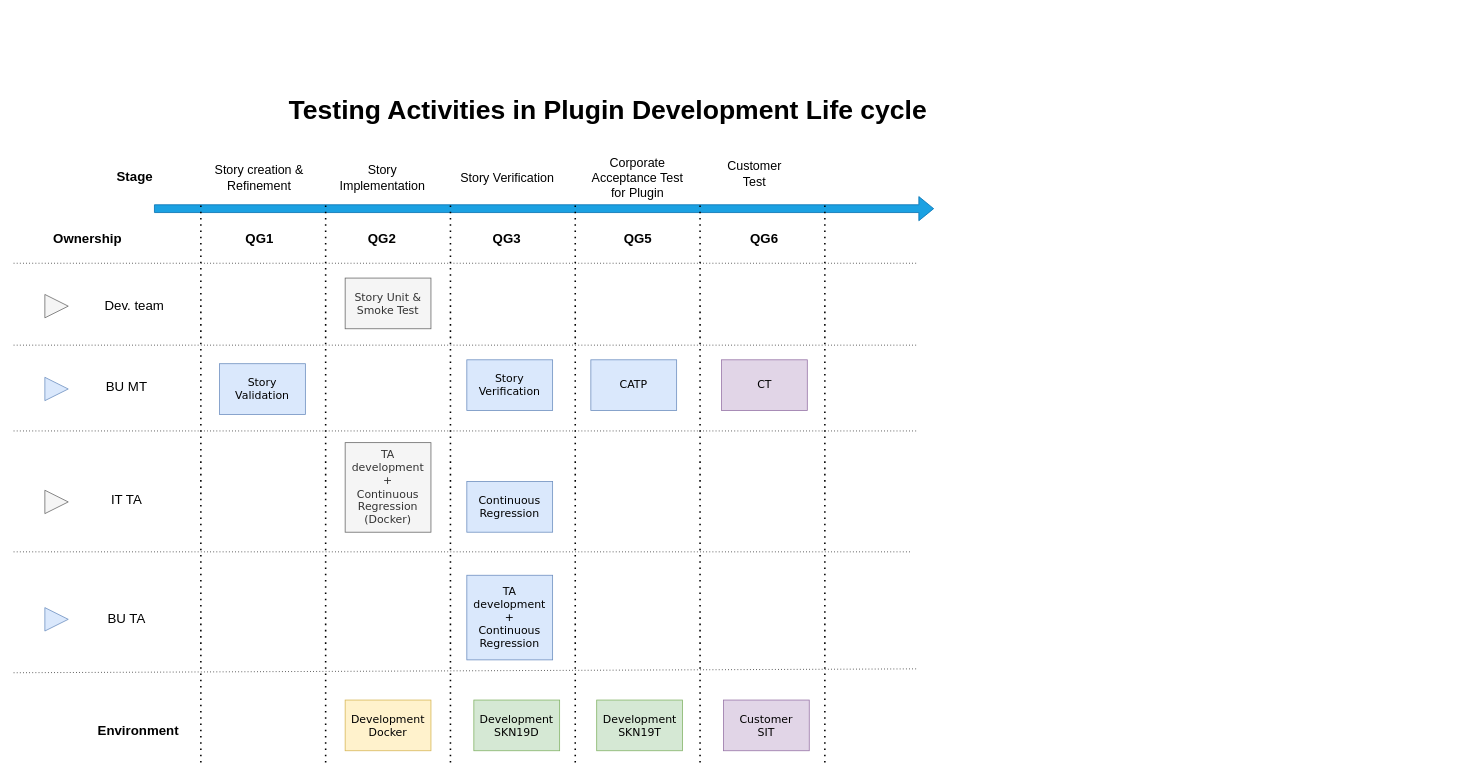
Above: Plugin Testing.drawio in AndriiRatushnyi/Andrii.Ratushnyi (draw.io), before the change. Source tidied: cells renumbered, new cells numbered last; positions are measured from the earlier drawing's top-left corner, leaving out a move shared by most shapes. Both pictures are drawn from the tidied source at 78%, with x=0, y=0 at pixel (13, 83).
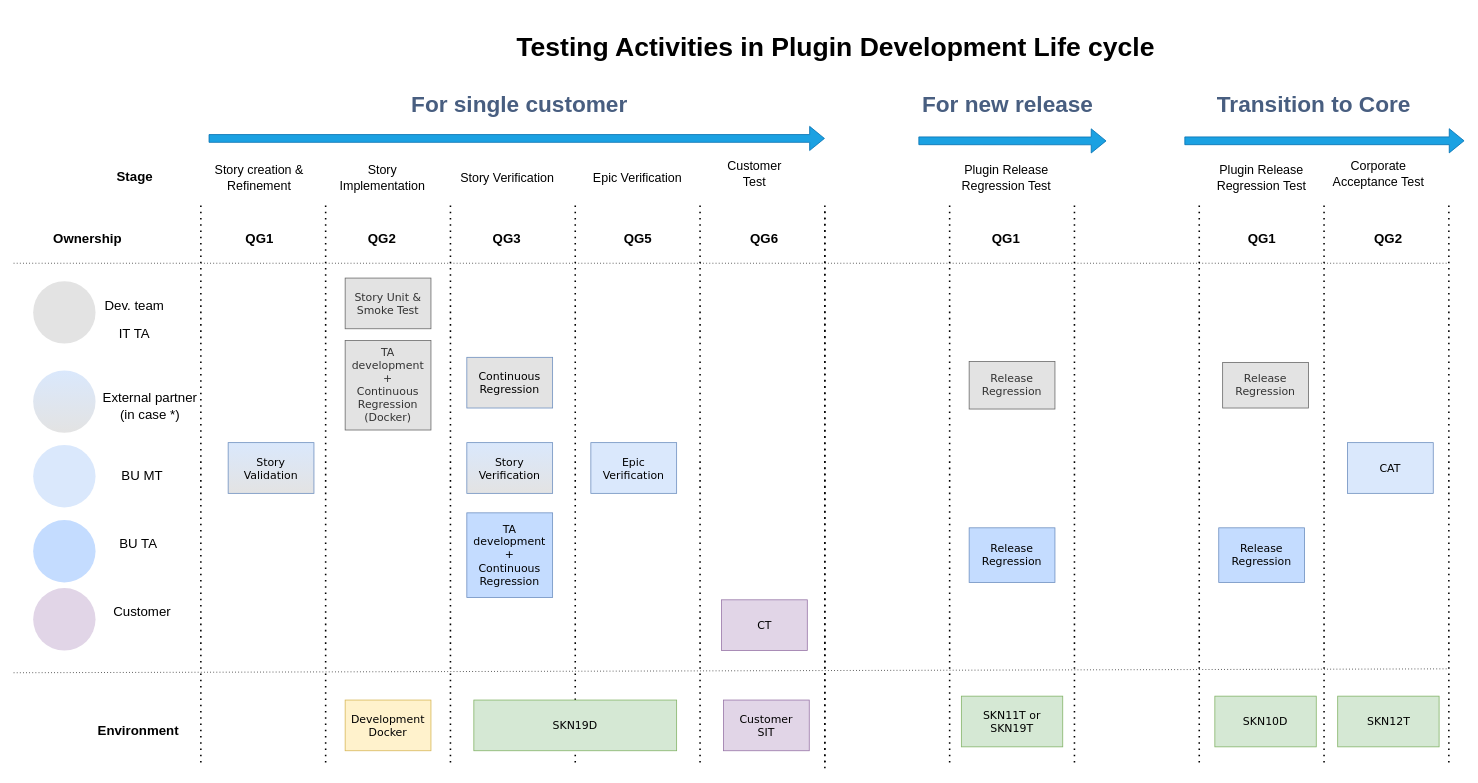
The same diagram, later.

Diff of the diagram source:
```diff
@@
     <mxCell id="2" style="shape=flexArrow;endArrow=classic;html=1;fillColor=#1ba1e2;strokeColor=#006EAF;" parent="1" edge="1">
       <mxGeometry relative="1" as="geometry">
-        <mxPoint x="180" y="160" as="sourcePoint" />
-        <mxPoint x="1180" y="160" as="targetPoint" />
+        <mxPoint x="250" y="70" as="sourcePoint" />
+        <mxPoint x="1040" y="70" as="targetPoint" />
       </mxGeometry>
     </mxCell>
@@
-    <mxCell id="9" value="Story Validation" style="rounded=0;whiteSpace=wrap;html=1;fontSize=14;fontFamily=Verdana;fillColor=#dae8fc;strokeColor=#6c8ebf;" parent="1" vertex="1">
-      <mxGeometry x="264" y="358.8" width="110" height="65" as="geometry" />
+    <mxCell id="9" value="Story Validation" style="rounded=0;whiteSpace=wrap;html=1;fontSize=14;fontFamily=Verdana;fillColor=#dae8fc;strokeColor=#6c8ebf;gradientColor=#E3E3E3;" parent="1" vertex="1">
+      <mxGeometry x="275" y="460" width="110" height="65" as="geometry" />
     </mxCell>
@@
-    <mxCell id="11" style="triangle;whiteSpace=wrap;html=1;fontSize=17;fillColor=#dae8fc;strokeColor=#6c8ebf;" parent="1" vertex="1">
-      <mxGeometry x="40" y="376.2" width="30" height="30" as="geometry" />
-    </mxCell>
-    <mxCell id="12" style="triangle;whiteSpace=wrap;html=1;fontSize=17;fillColor=#f5f5f5;strokeColor=#666666;fontColor=#333333;" parent="1" vertex="1">
-      <mxGeometry x="40" y="521" width="30" height="30" as="geometry" />
-    </mxCell>
-    <mxCell id="13" style="triangle;whiteSpace=wrap;html=1;fontSize=17;fillColor=#f5f5f5;strokeColor=#666666;fontColor=#333333;" parent="1" vertex="1">
-      <mxGeometry x="40" y="270" width="30" height="30" as="geometry" />
-    </mxCell>
     <mxCell id="14" value="IT TA" style="text;html=1;strokeColor=none;fillColor=none;align=center;verticalAlign=middle;whiteSpace=wrap;rounded=0;fontSize=17;" parent="1" vertex="1">
-      <mxGeometry x="90" y="521" width="110" height="25" as="geometry" />
+      <mxGeometry x="100" y="308" width="110" height="25" as="geometry" />
     </mxCell>
@@
     <mxCell id="16" value="BU MT" style="text;html=1;strokeColor=none;fillColor=none;align=center;verticalAlign=middle;whiteSpace=wrap;rounded=0;fontSize=17;" parent="1" vertex="1">
-      <mxGeometry x="90" y="376.2" width="110" height="25" as="geometry" />
+      <mxGeometry x="110" y="490.5" width="110" height="25" as="geometry" />
     </mxCell>
-    <mxCell id="17" value="Story Unit &amp;amp; Smoke Test" style="rounded=0;whiteSpace=wrap;html=1;fontFamily=Verdana;fontSize=14;fillColor=#f5f5f5;strokeColor=#666666;fontColor=#333333;" parent="1" vertex="1">
+    <mxCell id="17" value="Story Unit &amp;amp; Smoke Test" style="rounded=0;whiteSpace=wrap;html=1;fontFamily=Verdana;fontSize=14;strokeColor=#666666;fontColor=#333333;fillColor=#E3E3E3;" parent="1" vertex="1">
       <mxGeometry x="425" y="249" width="110" height="65" as="geometry" />
     </mxCell>
-    <mxCell id="18" value="Story Verification" style="rounded=0;whiteSpace=wrap;html=1;fontSize=14;fontFamily=Verdana;fillColor=#dae8fc;strokeColor=#6c8ebf;" parent="1" vertex="1">
-      <mxGeometry x="581" y="353.8" width="110" height="65" as="geometry" />
+    <mxCell id="18" value="Story Verification" style="rounded=0;whiteSpace=wrap;html=1;fontSize=14;fontFamily=Verdana;fillColor=#dae8fc;strokeColor=#6c8ebf;gradientDirection=south;gradientColor=#E3E3E3;" parent="1" vertex="1">
+      <mxGeometry x="581" y="460" width="110" height="65" as="geometry" />
     </mxCell>
-    <mxCell id="19" value="TA&lt;br&gt;&lt;div&gt;development&lt;/div&gt;&lt;div&gt;+&lt;br&gt;&lt;/div&gt;&lt;div&gt;Continuous Regression (Docker)&lt;/div&gt;" style="rounded=0;whiteSpace=wrap;html=1;fontSize=14;fontFamily=Verdana;fillColor=#f5f5f5;strokeColor=#666666;fontColor=#333333;" parent="1" vertex="1">
-      <mxGeometry x="425" y="460" width="110" height="114.8" as="geometry" />
+    <mxCell id="19" value="TA&lt;br&gt;&lt;div&gt;development&lt;/div&gt;&lt;div&gt;+&lt;br&gt;&lt;/div&gt;&lt;div&gt;Continuous Regression (Docker)&lt;/div&gt;" style="rounded=0;whiteSpace=wrap;html=1;fontSize=14;fontFamily=Verdana;strokeColor=#666666;fontColor=#333333;fillColor=#E3E3E3;" parent="1" vertex="1">
+      <mxGeometry x="425" y="329" width="110" height="114.8" as="geometry" />
     </mxCell>
-    <mxCell id="20" value="Continuous Regression" style="rounded=0;whiteSpace=wrap;html=1;fontSize=14;fontFamily=Verdana;fillColor=#dae8fc;strokeColor=#6c8ebf;" parent="1" vertex="1">
-      <mxGeometry x="581" y="509.8" width="110" height="65" as="geometry" />
+    <mxCell id="20" value="Continuous Regression" style="rounded=0;whiteSpace=wrap;html=1;fontSize=14;fontFamily=Verdana;strokeColor=#6c8ebf;fillColor=#E3E3E3;" parent="1" vertex="1">
+      <mxGeometry x="581" y="350.6" width="110" height="65" as="geometry" />
     </mxCell>
-    <mxCell id="21" style="triangle;whiteSpace=wrap;html=1;fontSize=17;fillColor=#dae8fc;strokeColor=#6c8ebf;" parent="1" vertex="1">
-      <mxGeometry x="40" y="671.5" width="30" height="30" as="geometry" />
-    </mxCell>
     <mxCell id="22" value="BU TA" style="text;html=1;strokeColor=none;fillColor=none;align=center;verticalAlign=middle;whiteSpace=wrap;rounded=0;fontSize=17;" parent="1" vertex="1">
-      <mxGeometry x="90" y="674" width="110" height="25" as="geometry" />
+      <mxGeometry x="105" y="577.5" width="110" height="25" as="geometry" />
     </mxCell>
@@
-    <mxCell id="26" style="endArrow=none;dashed=1;html=1;dashPattern=1 3;strokeWidth=1;fontSize=17;" parent="1" edge="1">
-      <mxGeometry relative="1" as="geometry">
-        <mxPoint y="335" as="sourcePoint" />
-        <mxPoint x="1160" y="335" as="targetPoint" />
-      </mxGeometry>
-    </mxCell>
-    <mxCell id="27" style="endArrow=none;dashed=1;html=1;dashPattern=1 3;strokeWidth=1;fontSize=17;" parent="1" edge="1">
-      <mxGeometry relative="1" as="geometry">
-        <mxPoint y="445" as="sourcePoint" />
-        <mxPoint x="1160" y="445" as="targetPoint" />
-      </mxGeometry>
-    </mxCell>
-    <mxCell id="28" style="endArrow=none;dashed=1;html=1;dashPattern=1 3;strokeWidth=1;fontSize=17;" parent="1" edge="1">
-      <mxGeometry relative="1" as="geometry">
-        <mxPoint y="600" as="sourcePoint" />
-        <mxPoint x="1150" y="600" as="targetPoint" />
-      </mxGeometry>
-    </mxCell>
     <mxCell id="29" style="endArrow=none;dashed=1;html=1;dashPattern=1 3;strokeWidth=1;fontSize=17;" parent="1" edge="1">
       <mxGeometry relative="1" as="geometry">
         <mxPoint y="755" as="sourcePoint" />
-        <mxPoint x="1160" y="750" as="targetPoint" />
+        <mxPoint x="1840" y="750" as="targetPoint" />
       </mxGeometry>
     </mxCell>
     <mxCell id="30" value="&lt;h1&gt;Testing Activities in Plugin Development Life cycle&lt;/h1&gt;" style="text;html=1;strokeColor=none;fillColor=none;spacing=5;spacingTop=-20;whiteSpace=wrap;overflow=hidden;rounded=0;fontSize=17;" parent="1" vertex="1">
-      <mxGeometry x="347.5" width="930" height="70" as="geometry" />
+      <mxGeometry x="640" y="-80" width="930" height="70" as="geometry" />
     </mxCell>
@@
-    <mxCell id="32" value="CATP" style="rounded=0;whiteSpace=wrap;html=1;fontFamily=Verdana;fontSize=14;fillColor=#dae8fc;strokeColor=#6c8ebf;" parent="1" vertex="1">
-      <mxGeometry x="740" y="353.8" width="110" height="65" as="geometry" />
+    <mxCell id="32" value="Epic Verification" style="rounded=0;whiteSpace=wrap;html=1;fontFamily=Verdana;fontSize=14;fillColor=#dae8fc;strokeColor=#6c8ebf;" parent="1" vertex="1">
+      <mxGeometry x="740" y="460" width="110" height="65" as="geometry" />
     </mxCell>
@@
     <mxCell id="35" style="endArrow=none;dashed=1;html=1;dashPattern=1 3;strokeWidth=1;fontSize=16;" parent="1" edge="1">
       <mxGeometry relative="1" as="geometry">
         <mxPoint y="230" as="sourcePoint" />
-        <mxPoint x="1160" y="230" as="targetPoint" />
+        <mxPoint x="1840" y="230" as="targetPoint" />
       </mxGeometry>
     </mxCell>
@@
-    <mxCell id="38" value="&lt;div&gt;Corporate &lt;br&gt;&lt;/div&gt;&lt;div&gt;Acceptance Test for Plugin&lt;br&gt;&lt;/div&gt;" style="text;html=1;strokeColor=none;fillColor=none;align=center;verticalAlign=middle;whiteSpace=wrap;rounded=0;fontSize=16;" parent="1" vertex="1">
+    <mxCell id="38" value="Epic Verification" style="text;html=1;strokeColor=none;fillColor=none;align=center;verticalAlign=middle;whiteSpace=wrap;rounded=0;fontSize=16;" parent="1" vertex="1">
       <mxGeometry x="730" y="110" width="140" height="20" as="geometry" />
     </mxCell>
@@
-    <mxCell id="40" value="TA&lt;br&gt;&lt;div&gt;development&lt;/div&gt;&lt;div&gt;+&lt;br&gt;&lt;/div&gt;&lt;div&gt;Continuous Regression&lt;/div&gt;" style="rounded=0;whiteSpace=wrap;html=1;fontSize=14;fontFamily=Verdana;fillColor=#dae8fc;strokeColor=#6c8ebf;" parent="1" vertex="1">
-      <mxGeometry x="581" y="630" width="110" height="108.5" as="geometry" />
+    <mxCell id="40" value="TA&lt;br&gt;&lt;div&gt;development&lt;/div&gt;&lt;div&gt;+&lt;br&gt;&lt;/div&gt;&lt;div&gt;Continuous Regression&lt;/div&gt;" style="rounded=0;whiteSpace=wrap;html=1;fontSize=14;fontFamily=Verdana;strokeColor=#6c8ebf;fillColor=#C4DCFF;" parent="1" vertex="1">
+      <mxGeometry x="581" y="550" width="110" height="108.5" as="geometry" />
     </mxCell>
@@
     <mxCell id="42" value="CT" style="rounded=0;whiteSpace=wrap;html=1;fontFamily=Verdana;fontSize=14;fillColor=#e1d5e7;strokeColor=#9673a6;" parent="1" vertex="1">
-      <mxGeometry x="907.5" y="353.8" width="110" height="65" as="geometry" />
+      <mxGeometry x="907.5" y="661.5" width="110" height="65" as="geometry" />
     </mxCell>
@@
-    <mxCell id="45" value="&lt;div&gt;Development&lt;/div&gt;&lt;div&gt;SKN19D&lt;br&gt;&lt;/div&gt;" style="rounded=0;whiteSpace=wrap;html=1;fontSize=14;fontFamily=Verdana;fillColor=#d5e8d4;strokeColor=#82b366;" parent="1" vertex="1">
-      <mxGeometry x="590" y="790" width="110" height="65" as="geometry" />
+    <mxCell id="45" value="&lt;div&gt;SKN19D&lt;br&gt;&lt;/div&gt;" style="rounded=0;whiteSpace=wrap;html=1;fontSize=14;fontFamily=Verdana;fillColor=#d5e8d4;strokeColor=#82b366;" parent="1" vertex="1">
+      <mxGeometry x="590" y="790" width="260" height="65" as="geometry" />
     </mxCell>
-    <mxCell id="46" value="&lt;div&gt;Development&lt;/div&gt;&lt;div&gt;SKN19T&lt;br&gt;&lt;/div&gt;" style="rounded=0;whiteSpace=wrap;html=1;fontSize=14;fontFamily=Verdana;fillColor=#d5e8d4;strokeColor=#82b366;" parent="1" vertex="1">
-      <mxGeometry x="747.5" y="790" width="110" height="65" as="geometry" />
-    </mxCell>
@@
+    <mxCell id="48" value="&lt;h1 style=&quot;font-size: 29px&quot;&gt;For single customer&lt;br style=&quot;font-size: 29px&quot;&gt;&lt;/h1&gt;" style="text;html=1;strokeColor=none;fillColor=none;spacing=5;spacingTop=-20;whiteSpace=wrap;overflow=hidden;rounded=0;fontSize=29;verticalAlign=top;fontColor=#485E80;" parent="1" vertex="1">
+      <mxGeometry x="505" width="290" height="70" as="geometry" />
+    </mxCell>
+    <mxCell id="49" style="shape=flexArrow;endArrow=classic;html=1;fillColor=#1ba1e2;strokeColor=#006EAF;entryX=0.831;entryY=1.045;entryDx=0;entryDy=0;entryPerimeter=0;" parent="1" edge="1" target="65">
+      <mxGeometry relative="1" as="geometry">
+        <mxPoint x="1160" y="73" as="sourcePoint" />
+      </mxGeometry>
+    </mxCell>
+    <mxCell id="50" style="endArrow=none;dashed=1;html=1;dashPattern=1 3;strokeWidth=2;" parent="1" edge="1">
+      <mxGeometry relative="1" as="geometry">
+        <mxPoint x="1040" y="877.4" as="sourcePoint" />
+        <mxPoint x="1040" y="157.4" as="targetPoint" />
+      </mxGeometry>
+    </mxCell>
+    <mxCell id="51" style="endArrow=none;dashed=1;html=1;dashPattern=1 3;strokeWidth=2;" parent="1" edge="1">
+      <mxGeometry relative="1" as="geometry">
+        <mxPoint x="1200" y="870" as="sourcePoint" />
+        <mxPoint x="1200" y="150" as="targetPoint" />
+      </mxGeometry>
+    </mxCell>
+    <mxCell id="52" style="endArrow=none;dashed=1;html=1;dashPattern=1 3;strokeWidth=2;" parent="1" edge="1">
+      <mxGeometry relative="1" as="geometry">
+        <mxPoint x="1360" y="870" as="sourcePoint" />
+        <mxPoint x="1360" y="150" as="targetPoint" />
+      </mxGeometry>
+    </mxCell>
+    <mxCell id="53" style="endArrow=none;dashed=1;html=1;dashPattern=1 3;strokeWidth=2;" parent="1" edge="1">
+      <mxGeometry relative="1" as="geometry">
+        <mxPoint x="1520" y="870" as="sourcePoint" />
+        <mxPoint x="1520" y="150" as="targetPoint" />
+      </mxGeometry>
+    </mxCell>
+    <mxCell id="54" style="endArrow=none;dashed=1;html=1;dashPattern=1 3;strokeWidth=2;" parent="1" edge="1">
+      <mxGeometry relative="1" as="geometry">
+        <mxPoint x="1680" y="870" as="sourcePoint" />
+        <mxPoint x="1680" y="150" as="targetPoint" />
+      </mxGeometry>
+    </mxCell>
+    <mxCell id="55" style="endArrow=none;dashed=1;html=1;dashPattern=1 3;strokeWidth=2;" parent="1" edge="1">
+      <mxGeometry relative="1" as="geometry">
+        <mxPoint x="1840" y="870" as="sourcePoint" />
+        <mxPoint x="1840" y="150" as="targetPoint" />
+      </mxGeometry>
+    </mxCell>
+    <mxCell id="56" value="Release Regression" style="rounded=0;whiteSpace=wrap;html=1;fontSize=14;fontFamily=Verdana;strokeColor=#666666;fontColor=#333333;fillColor=#E3E3E3;" parent="1" vertex="1">
+      <mxGeometry x="1225" y="355.9" width="110" height="61" as="geometry" />
+    </mxCell>
+    <mxCell id="57" value="QG1" style="text;html=1;strokeColor=none;fillColor=none;align=center;verticalAlign=middle;whiteSpace=wrap;rounded=0;fontSize=17;fontStyle=1;" parent="1" vertex="1">
+      <mxGeometry x="1240" y="180" width="65" height="40" as="geometry" />
+    </mxCell>
+    <mxCell id="58" value="QG1" style="text;html=1;strokeColor=none;fillColor=none;align=center;verticalAlign=middle;whiteSpace=wrap;rounded=0;fontSize=17;fontStyle=1;" parent="1" vertex="1">
+      <mxGeometry x="1567.5" y="180" width="65" height="40" as="geometry" />
+    </mxCell>
+    <mxCell id="59" value="QG2" style="text;html=1;strokeColor=none;fillColor=none;align=center;verticalAlign=middle;whiteSpace=wrap;rounded=0;fontSize=17;fontStyle=1;" parent="1" vertex="1">
+      <mxGeometry x="1730" y="180" width="65" height="40" as="geometry" />
+    </mxCell>
+    <mxCell id="60" value="Plugin Release &lt;br&gt;Regression Test" style="text;html=1;strokeColor=none;fillColor=none;align=center;verticalAlign=middle;whiteSpace=wrap;rounded=0;fontSize=16;" parent="1" vertex="1">
+      <mxGeometry x="1202.5" y="110" width="140" height="20" as="geometry" />
+    </mxCell>
+    <mxCell id="61" value="Plugin Release &lt;br&gt;Regression Test" style="text;html=1;strokeColor=none;fillColor=none;align=center;verticalAlign=middle;whiteSpace=wrap;rounded=0;fontSize=16;" parent="1" vertex="1">
+      <mxGeometry x="1530" y="110" width="140" height="20" as="geometry" />
+    </mxCell>
+    <mxCell id="62" value="Release Regression" style="rounded=0;whiteSpace=wrap;html=1;fontSize=14;fontFamily=Verdana;strokeColor=#6c8ebf;fillColor=#C4DCFF;" parent="1" vertex="1">
+      <mxGeometry x="1225" y="569.2" width="110" height="70" as="geometry" />
+    </mxCell>
+    <mxCell id="63" value="Corporate Acceptance Test" style="text;html=1;strokeColor=none;fillColor=none;align=center;verticalAlign=middle;whiteSpace=wrap;rounded=0;fontSize=16;" parent="1" vertex="1">
+      <mxGeometry x="1680" y="105" width="140" height="20" as="geometry" />
+    </mxCell>
+    <mxCell id="64" value="&lt;div&gt;SKN11T or&lt;br&gt;&lt;/div&gt;&lt;div&gt;SKN19T&lt;br&gt;&lt;/div&gt;" style="rounded=0;whiteSpace=wrap;html=1;fontSize=14;fontFamily=Verdana;fillColor=#d5e8d4;strokeColor=#82b366;" parent="1" vertex="1">
+      <mxGeometry x="1215" y="785" width="130" height="65" as="geometry" />
+    </mxCell>
+    <mxCell id="65" value="&lt;h1 style=&quot;font-size: 29px&quot;&gt;For new release&lt;br style=&quot;font-size: 29px&quot;&gt;&lt;/h1&gt;" style="text;html=1;strokeColor=none;fillColor=none;spacing=5;spacingTop=-20;whiteSpace=wrap;overflow=hidden;rounded=0;fontSize=29;verticalAlign=top;fontColor=#485E80;" parent="1" vertex="1">
+      <mxGeometry x="1160" width="290" height="70" as="geometry" />
+    </mxCell>
+    <mxCell id="66" style="shape=flexArrow;endArrow=classic;html=1;fillColor=#1ba1e2;strokeColor=#006EAF;" parent="1" edge="1">
+      <mxGeometry relative="1" as="geometry">
+        <mxPoint x="1501" y="73" as="sourcePoint" />
+        <mxPoint x="1860" y="73" as="targetPoint" />
+      </mxGeometry>
+    </mxCell>
+    <mxCell id="67" value="&lt;h1 style=&quot;font-size: 29px&quot;&gt;Transition to Core&lt;br style=&quot;font-size: 29px&quot;&gt;&lt;/h1&gt;" style="text;html=1;strokeColor=none;fillColor=none;spacing=5;spacingTop=-20;whiteSpace=wrap;overflow=hidden;rounded=0;fontSize=29;verticalAlign=top;fontColor=#485E80;" parent="1" vertex="1">
+      <mxGeometry x="1537.5" width="290" height="70" as="geometry" />
+    </mxCell>
+    <mxCell id="68" value="Release Regression" style="rounded=0;whiteSpace=wrap;html=1;fontSize=14;fontFamily=Verdana;strokeColor=#666666;fontColor=#333333;fillColor=#E3E3E3;" parent="1" vertex="1">
+      <mxGeometry x="1550" y="357.1" width="110" height="58.5" as="geometry" />
+    </mxCell>
+    <mxCell id="69" value="Release Regression" style="rounded=0;whiteSpace=wrap;html=1;fontSize=14;fontFamily=Verdana;strokeColor=#6c8ebf;fillColor=#C4DCFF;" parent="1" vertex="1">
+      <mxGeometry x="1545" y="569.2" width="110" height="70" as="geometry" />
+    </mxCell>
+    <mxCell id="70" value="SKN10D" style="rounded=0;whiteSpace=wrap;html=1;fontSize=14;fontFamily=Verdana;fillColor=#d5e8d4;strokeColor=#82b366;" parent="1" vertex="1">
+      <mxGeometry x="1540" y="785" width="130" height="65" as="geometry" />
+    </mxCell>
+    <mxCell id="71" value="CAT" style="rounded=0;whiteSpace=wrap;html=1;fontFamily=Verdana;fontSize=14;fillColor=#dae8fc;strokeColor=#6c8ebf;" parent="1" vertex="1">
+      <mxGeometry x="1710" y="460" width="110" height="65" as="geometry" />
+    </mxCell>
+    <mxCell id="72" value="SKN12T" style="rounded=0;whiteSpace=wrap;html=1;fontSize=14;fontFamily=Verdana;fillColor=#d5e8d4;strokeColor=#82b366;" parent="1" vertex="1">
+      <mxGeometry x="1697.5" y="785" width="130" height="65" as="geometry" />
+    </mxCell>
+    <mxCell id="73" style="ellipse;whiteSpace=wrap;html=1;fontSize=29;fontColor=#485E80;fillColor=#C4DCFF;flipV=1;flipH=1;strokeColor=none;" parent="1" vertex="1">
+      <mxGeometry x="25" y="559.2" width="80" height="80" as="geometry" />
+    </mxCell>
+    <mxCell id="74" style="ellipse;whiteSpace=wrap;html=1;fillColor=#dae8fc;fontSize=29;flipV=1;flipH=1;strokeColor=none;" parent="1" vertex="1">
+      <mxGeometry x="25" y="463" width="80" height="80" as="geometry" />
+    </mxCell>
+    <mxCell id="75" style="ellipse;whiteSpace=wrap;html=1;gradientColor=none;fontSize=29;fontColor=#485E80;fillColor=#E3E3E3;flipV=1;flipH=1;strokeColor=none;" parent="1" vertex="1">
+      <mxGeometry x="25" y="253" width="80" height="80" as="geometry" />
+    </mxCell>
+    <mxCell id="76" style="ellipse;whiteSpace=wrap;html=1;fillColor=#e1d5e7;fontSize=29;flipV=1;flipH=1;strokeColor=none;" parent="1" vertex="1">
+      <mxGeometry x="25" y="646.5" width="80" height="80" as="geometry" />
+    </mxCell>
+    <mxCell id="77" value="Customer" style="text;html=1;strokeColor=none;fillColor=none;align=center;verticalAlign=middle;whiteSpace=wrap;rounded=0;fontSize=17;" parent="1" vertex="1">
+      <mxGeometry x="110" y="665" width="110" height="25" as="geometry" />
+    </mxCell>
+    <mxCell id="78" style="ellipse;whiteSpace=wrap;html=1;fillColor=#dae8fc;fontSize=29;flipV=1;flipH=1;strokeColor=none;gradientColor=#E3E3E3;gradientDirection=north;" parent="1" vertex="1">
+      <mxGeometry x="25" y="367.4" width="80" height="80" as="geometry" />
+    </mxCell>
+    <mxCell id="79" value="External partner (in case *)" style="text;html=1;strokeColor=none;fillColor=none;align=center;verticalAlign=middle;whiteSpace=wrap;rounded=0;fontSize=17;" parent="1" vertex="1">
+      <mxGeometry x="105" y="401" width="140" height="25" as="geometry" />
+    </mxCell>
```
